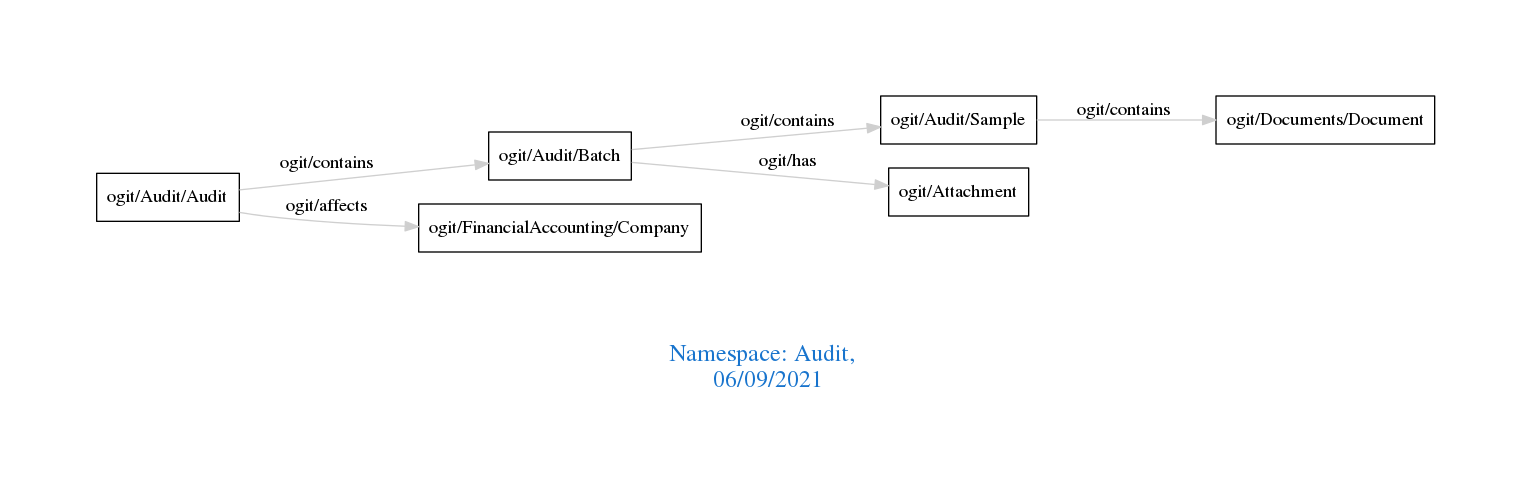
Earlier version of the Graphviz export downloads/Audit.png (arago/OGIT). Its source is kept beside it as downloads/Audit.dot.
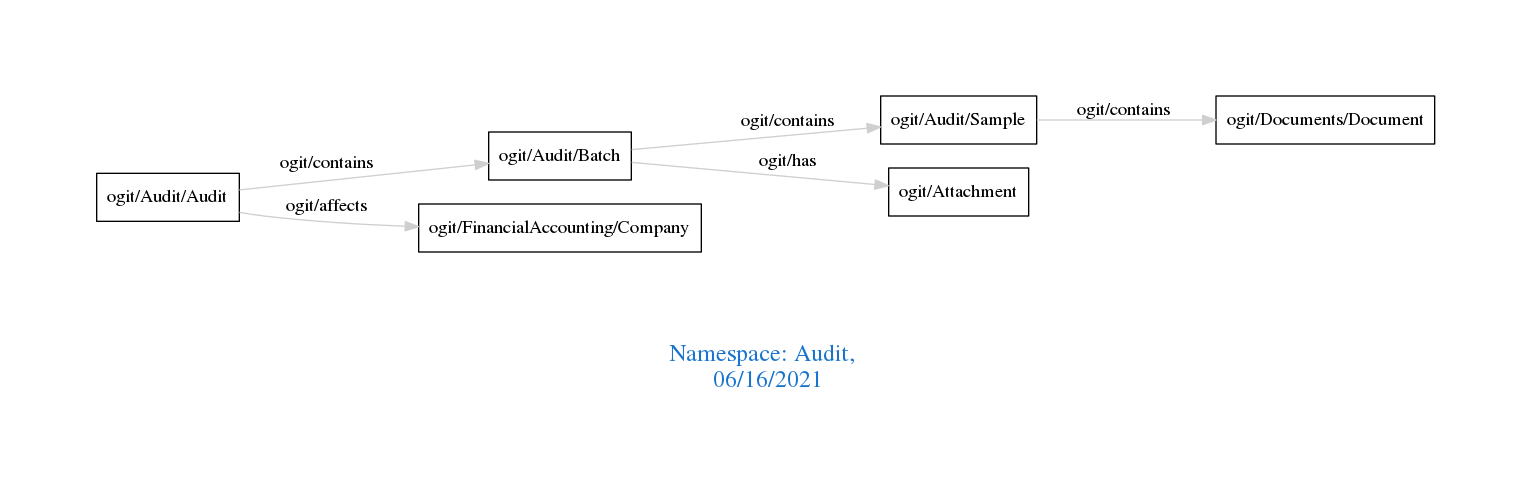
After the change.

Diff of the diagram source:
```diff
@@ -1,7 +1,7 @@
 digraph OGIT_ontology {
  graph [ rankdir= LR,pad=1
 fontsize = 18,
-fontcolor= dodgerblue3,label = "\n\n\nNamespace: Audit, \n 06/09/2021"];
+fontcolor= dodgerblue3,label = "\n\n\nNamespace: Audit, \n 06/16/2021"];
 node[shape=polygon];
 edge [  color="gray81"];
 
```
